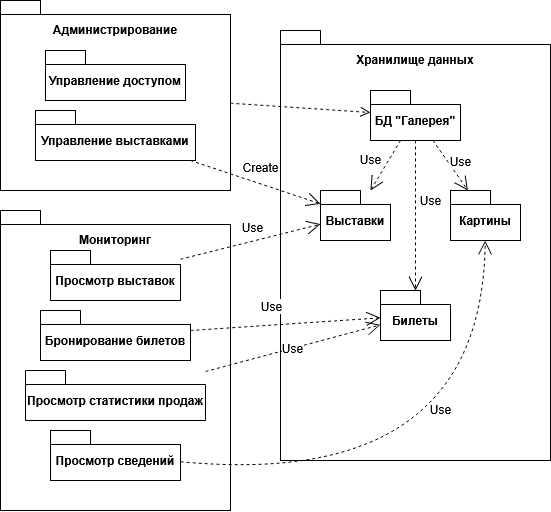
Before: docs/UML-диаграмма пакетов.png, a diagram exported from draw.io (Effecktus/Galery). Source tidied: cells renumbered, new cells last; positions are measured from the earlier drawing's top-left corner, leaving out a move shared by most shapes.
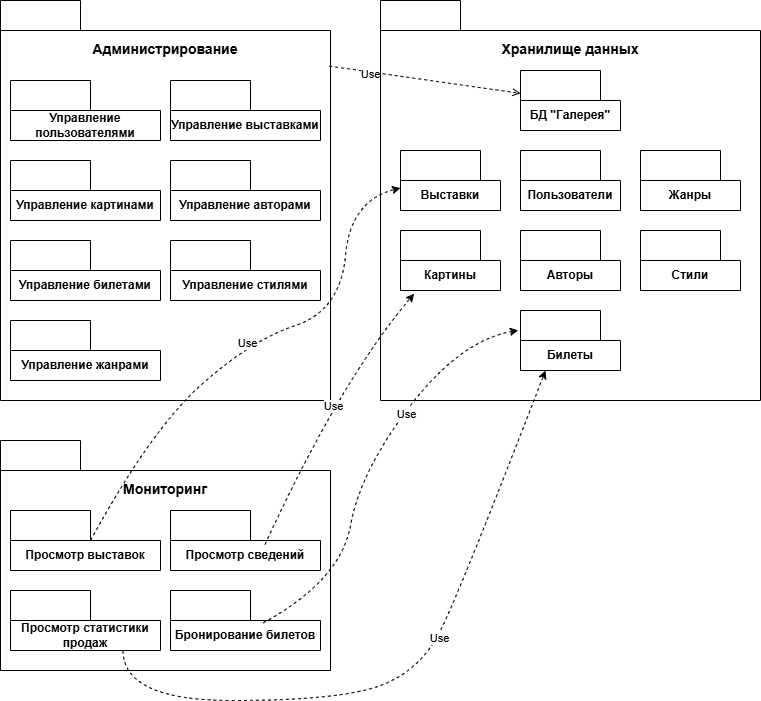
Later version of the same file.

What changed in the source:
```diff
@@ -2,77 +2,128 @@
   <root>
     <mxCell id="0" />
     <mxCell id="1" parent="0" />
-    <mxCell id="2" value="Хранилище данных" style="shape=folder;fontStyle=1;spacingTop=10;tabWidth=40;tabHeight=14;tabPosition=left;html=1;whiteSpace=wrap;verticalAlign=top;spacing=8;" parent="1" vertex="1">
-      <mxGeometry x="280" y="30" width="270" height="430" as="geometry" />
-    </mxCell>
-    <mxCell id="3" value="БД &quot;Галерея&quot;" style="shape=folder;fontStyle=1;spacingTop=10;tabWidth=40;tabHeight=14;tabPosition=left;html=1;whiteSpace=wrap;" parent="1" vertex="1">
-      <mxGeometry x="370" y="90" width="90" height="50" as="geometry" />
-    </mxCell>
-    <mxCell id="4" value="&lt;div&gt;Администрирование&lt;/div&gt;" style="shape=folder;fontStyle=1;spacingTop=10;tabWidth=40;tabHeight=14;tabPosition=left;html=1;whiteSpace=wrap;align=center;verticalAlign=top;spacing=8;" parent="1" vertex="1">
-      <mxGeometry width="230" height="190" as="geometry" />
+    <mxCell id="4" value="&lt;font style=&quot;font-size: 14px;&quot;&gt;Администрирование&lt;/font&gt;" style="shape=folder;fontStyle=1;tabWidth=80;tabHeight=30;tabPosition=left;html=1;boundedLbl=1;whiteSpace=wrap;verticalAlign=top;fontSize=13;spacing=6;" parent="1" vertex="1">
+      <mxGeometry y="20" width="330" height="400" as="geometry" />
     </mxCell>
-    <mxCell id="5" value="Управление доступом" style="shape=folder;fontStyle=1;spacingTop=10;tabWidth=40;tabHeight=14;tabPosition=left;html=1;whiteSpace=wrap;" parent="1" vertex="1">
-      <mxGeometry x="45" y="50" width="140" height="50" as="geometry" />
-    </mxCell>
+    <mxCell id="24" value="Управление пользователями" style="shape=folder;fontStyle=1;tabWidth=80;tabHeight=30;tabPosition=left;html=1;boundedLbl=1;whiteSpace=wrap;" parent="1" vertex="1">
+      <mxGeometry x="10" y="100" width="150" height="60" as="geometry" />
+    </mxCell>
-    <mxCell id="6" value="Управление выставками" style="shape=folder;fontStyle=1;spacingTop=10;tabWidth=40;tabHeight=14;tabPosition=left;html=1;whiteSpace=wrap;" parent="1" vertex="1">
-      <mxGeometry x="35" y="110" width="160" height="50" as="geometry" />
+    <mxCell id="6" value="Управление выставками" style="shape=folder;fontStyle=1;tabWidth=80;tabHeight=30;tabPosition=left;html=1;boundedLbl=1;whiteSpace=wrap;" parent="1" vertex="1">
+      <mxGeometry x="170" y="100" width="150" height="60" as="geometry" />
     </mxCell>
-    <mxCell id="7" value="Картины" style="shape=folder;fontStyle=1;spacingTop=10;tabWidth=40;tabHeight=14;tabPosition=left;html=1;whiteSpace=wrap;" parent="1" vertex="1">
-      <mxGeometry x="450" y="190" width="70" height="50" as="geometry" />
-    </mxCell>
-    <mxCell id="8" value="Выставки" style="shape=folder;fontStyle=1;spacingTop=10;tabWidth=40;tabHeight=14;tabPosition=left;html=1;whiteSpace=wrap;" parent="1" vertex="1">
-      <mxGeometry x="320" y="190" width="70" height="50" as="geometry" />
-    </mxCell>
-    <mxCell id="9" value="Use" style="endArrow=open;endSize=12;dashed=1;html=1;rounded=0;fontSize=12;curved=1;" parent="1" edge="1" source="3" target="7">
-      <mxGeometry x="0.05" y="11" relative="1" as="geometry" />
-    </mxCell>
-    <mxCell id="10" value="Use" style="endArrow=open;endSize=12;dashed=1;html=1;rounded=0;fontSize=12;curved=1;" parent="1" edge="1" source="3" target="8">
-      <mxGeometry x="0.12" y="-15" relative="1" as="geometry">
-        <mxPoint y="-1" as="offset" />
-      </mxGeometry>
-    </mxCell>
-    <mxCell id="11" style="html=1;verticalAlign=bottom;labelBackgroundColor=none;endArrow=open;endFill=0;dashed=1;rounded=0;fontSize=12;startSize=8;endSize=8;curved=1;" parent="1" edge="1" source="4" target="3">
-      <mxGeometry relative="1" as="geometry" />
-    </mxCell>
-    <mxCell id="12" value="Create" style="endArrow=open;endSize=12;dashed=1;html=1;rounded=0;fontSize=12;curved=1;" parent="1" edge="1" source="6" target="8">
-      <mxGeometry x="-0.01" y="15" relative="1" as="geometry" />
-    </mxCell>
-    <mxCell id="13" value="Билеты" style="shape=folder;fontStyle=1;spacingTop=10;tabWidth=40;tabHeight=14;tabPosition=left;html=1;whiteSpace=wrap;" parent="1" vertex="1">
-      <mxGeometry x="380" y="290" width="70" height="50" as="geometry" />
-    </mxCell>
-    <mxCell id="14" value="Use" style="endArrow=open;endSize=12;dashed=1;html=1;rounded=0;fontSize=12;curved=1;" parent="1" edge="1" source="3" target="13">
-      <mxGeometry x="-0.2" y="15" relative="1" as="geometry" />
-    </mxCell>
+    <mxCell id="25" value="Управление картинами" style="shape=folder;fontStyle=1;tabWidth=80;tabHeight=30;tabPosition=left;html=1;boundedLbl=1;whiteSpace=wrap;" parent="1" vertex="1">
+      <mxGeometry x="10" y="180" width="150" height="60" as="geometry" />
+    </mxCell>
+    <mxCell id="26" value="Управление авторами" style="shape=folder;fontStyle=1;tabWidth=80;tabHeight=30;tabPosition=left;html=1;boundedLbl=1;whiteSpace=wrap;" parent="1" vertex="1">
+      <mxGeometry x="170" y="180" width="150" height="60" as="geometry" />
+    </mxCell>
+    <mxCell id="27" value="Управление билетами" style="shape=folder;fontStyle=1;tabWidth=80;tabHeight=30;tabPosition=left;html=1;boundedLbl=1;whiteSpace=wrap;" parent="1" vertex="1">
+      <mxGeometry x="10" y="260" width="150" height="60" as="geometry" />
+    </mxCell>
+    <mxCell id="28" value="Управление стилями" style="shape=folder;fontStyle=1;tabWidth=80;tabHeight=30;tabPosition=left;html=1;boundedLbl=1;whiteSpace=wrap;" parent="1" vertex="1">
+      <mxGeometry x="170" y="260" width="150" height="60" as="geometry" />
+    </mxCell>
+    <mxCell id="29" value="Управление жанрами" style="shape=folder;fontStyle=1;tabWidth=80;tabHeight=30;tabPosition=left;html=1;boundedLbl=1;whiteSpace=wrap;" parent="1" vertex="1">
+      <mxGeometry x="10" y="340" width="150" height="60" as="geometry" />
+    </mxCell>
+    <mxCell id="30" style="edgeStyle=orthogonalEdgeStyle;rounded=0;orthogonalLoop=1;jettySize=auto;html=1;exitX=0.5;exitY=1;exitDx=0;exitDy=0;exitPerimeter=0;" parent="1" edge="1" source="4" target="4">
+      <mxGeometry relative="1" as="geometry" />
+    </mxCell>
-    <mxCell id="15" value="Мониторинг" style="shape=folder;fontStyle=1;spacingTop=10;tabWidth=40;tabHeight=14;tabPosition=left;html=1;whiteSpace=wrap;verticalAlign=top;spacing=8;" parent="1" vertex="1">
-      <mxGeometry y="210" width="230" height="300" as="geometry" />
+    <mxCell id="15" value="&lt;font style=&quot;font-size: 14px;&quot;&gt;Мониторинг&lt;/font&gt;" style="shape=folder;fontStyle=1;tabWidth=80;tabHeight=30;tabPosition=left;html=1;boundedLbl=1;whiteSpace=wrap;verticalAlign=top;spacing=6;" parent="1" vertex="1">
+      <mxGeometry y="460" width="330" height="230" as="geometry" />
     </mxCell>
-    <mxCell id="16" value="Просмотр выставок" style="shape=folder;fontStyle=1;spacingTop=10;tabWidth=40;tabHeight=14;tabPosition=left;html=1;whiteSpace=wrap;" parent="1" vertex="1">
-      <mxGeometry x="50" y="250" width="130" height="50" as="geometry" />
+    <mxCell id="16" value="Просмотр выставок" style="shape=folder;fontStyle=1;tabWidth=80;tabHeight=30;tabPosition=left;html=1;boundedLbl=1;whiteSpace=wrap;" parent="1" vertex="1">
+      <mxGeometry x="10" y="530" width="150" height="60" as="geometry" />
     </mxCell>
-    <mxCell id="17" value="Бронирование билетов" style="shape=folder;fontStyle=1;spacingTop=10;tabWidth=40;tabHeight=14;tabPosition=left;html=1;whiteSpace=wrap;" parent="1" vertex="1">
-      <mxGeometry x="40" y="310" width="150" height="50" as="geometry" />
+    <mxCell id="17" value="Бронирование билетов" style="shape=folder;fontStyle=1;tabWidth=80;tabHeight=30;tabPosition=left;html=1;boundedLbl=1;whiteSpace=wrap;" parent="1" vertex="1">
+      <mxGeometry x="170" y="610" width="150" height="60" as="geometry" />
     </mxCell>
+    <mxCell id="22" value="Просмотр статистики продаж" style="shape=folder;fontStyle=1;tabWidth=80;tabHeight=30;tabPosition=left;html=1;boundedLbl=1;whiteSpace=wrap;" parent="1" vertex="1">
+      <mxGeometry x="10" y="610" width="150" height="60" as="geometry" />
+    </mxCell>
+    <mxCell id="20" value="Просмотр сведений" style="shape=folder;fontStyle=1;tabWidth=80;tabHeight=30;tabPosition=left;html=1;boundedLbl=1;whiteSpace=wrap;" parent="1" vertex="1">
+      <mxGeometry x="170" y="530" width="150" height="60" as="geometry" />
+    </mxCell>
+    <mxCell id="2" value="Хранилище данных" style="shape=folder;fontStyle=1;tabWidth=80;tabHeight=30;tabPosition=left;html=1;boundedLbl=1;whiteSpace=wrap;verticalAlign=top;fontSize=14;spacing=6;" parent="1" vertex="1">
+      <mxGeometry x="380" y="20" width="380" height="400" as="geometry" />
+    </mxCell>
+    <mxCell id="3" value="БД &quot;Галерея&quot;" style="shape=folder;fontStyle=1;tabWidth=80;tabHeight=30;tabPosition=left;html=1;boundedLbl=1;whiteSpace=wrap;" parent="1" vertex="1">
+      <mxGeometry x="520" y="90" width="100" height="60" as="geometry" />
+    </mxCell>
+    <mxCell id="8" value="Выставки" style="shape=folder;fontStyle=1;tabWidth=80;tabHeight=30;tabPosition=left;html=1;boundedLbl=1;whiteSpace=wrap;" parent="1" vertex="1">
+      <mxGeometry x="400" y="170" width="100" height="60" as="geometry" />
+    </mxCell>
+    <mxCell id="7" value="Картины" style="shape=folder;fontStyle=1;tabWidth=80;tabHeight=30;tabPosition=left;html=1;boundedLbl=1;whiteSpace=wrap;" parent="1" vertex="1">
+      <mxGeometry x="400" y="250" width="100" height="60" as="geometry" />
+    </mxCell>
+    <mxCell id="13" value="Билеты" style="shape=folder;fontStyle=1;tabWidth=80;tabHeight=30;tabPosition=left;html=1;boundedLbl=1;whiteSpace=wrap;" parent="1" vertex="1">
+      <mxGeometry x="520" y="330" width="100" height="60" as="geometry" />
+    </mxCell>
+    <mxCell id="31" value="Пользователи" style="shape=folder;fontStyle=1;tabWidth=80;tabHeight=30;tabPosition=left;html=1;boundedLbl=1;whiteSpace=wrap;" parent="1" vertex="1">
+      <mxGeometry x="520" y="170" width="100" height="60" as="geometry" />
+    </mxCell>
+    <mxCell id="32" value="Авторы" style="shape=folder;fontStyle=1;tabWidth=80;tabHeight=30;tabPosition=left;html=1;boundedLbl=1;whiteSpace=wrap;" parent="1" vertex="1">
+      <mxGeometry x="520" y="250" width="100" height="60" as="geometry" />
+    </mxCell>
+    <mxCell id="33" value="Стили" style="shape=folder;fontStyle=1;tabWidth=80;tabHeight=30;tabPosition=left;html=1;boundedLbl=1;whiteSpace=wrap;" parent="1" vertex="1">
+      <mxGeometry x="640" y="250" width="100" height="60" as="geometry" />
+    </mxCell>
+    <mxCell id="34" value="Жанры" style="shape=folder;fontStyle=1;tabWidth=80;tabHeight=30;tabPosition=left;html=1;boundedLbl=1;whiteSpace=wrap;" parent="1" vertex="1">
+      <mxGeometry x="640" y="170" width="100" height="60" as="geometry" />
+    </mxCell>
+    <mxCell id="11" style="html=1;verticalAlign=bottom;labelBackgroundColor=none;endArrow=open;endFill=0;dashed=1;rounded=0;exitX=0.996;exitY=0.164;exitDx=0;exitDy=0;exitPerimeter=0;" parent="1" edge="1" source="4" target="3">
+      <mxGeometry relative="1" as="geometry" />
+    </mxCell>
+    <mxCell id="35" value="Use" style="edgeLabel;html=1;align=center;verticalAlign=middle;" parent="11" vertex="1">
+      <mxGeometry x="-0.57" y="-2" relative="1" as="geometry" />
+    </mxCell>
-    <mxCell id="18" value="Use" style="endArrow=open;endSize=12;dashed=1;html=1;rounded=0;fontSize=12;curved=1;" parent="1" edge="1" source="16" target="8">
-      <mxGeometry x="0.07" y="13" relative="1" as="geometry" />
+    <mxCell id="18" style="curved=1;endArrow=classic;html=1;rounded=0;entryX=0;entryY=0;entryDx=0;entryDy=37.5;entryPerimeter=0;shadow=0;dashed=1;exitX=0;exitY=0;exitDx=80;exitDy=30;exitPerimeter=0;" parent="1" edge="1" source="16" target="8">
+      <mxGeometry relative="1" as="geometry">
+        <Array as="points">
+          <mxPoint x="150" y="450" />
+          <mxPoint x="250" y="360" />
+          <mxPoint x="340" y="330" />
+          <mxPoint x="350" y="220" />
+        </Array>
+      </mxGeometry>
     </mxCell>
+    <mxCell id="36" value="Use" style="edgeLabel;html=1;align=center;verticalAlign=middle;" parent="18" vertex="1">
+      <mxGeometry x="-0.01" relative="1" as="geometry" />
+    </mxCell>
+    <mxCell id="21" style="curved=1;endArrow=classic;html=1;rounded=0;exitX=0.63;exitY=0.567;exitDx=0;exitDy=0;exitPerimeter=0;entryX=0.137;entryY=1.053;entryDx=0;entryDy=0;entryPerimeter=0;dashed=1;" parent="1" edge="1" source="20" target="7">
+      <mxGeometry relative="1" as="geometry">
+        <Array as="points">
+          <mxPoint x="340" y="400" />
+        </Array>
+      </mxGeometry>
+    </mxCell>
+    <mxCell id="37" value="Use" style="edgeLabel;html=1;align=center;verticalAlign=middle;" parent="21" vertex="1">
+      <mxGeometry x="0.05" y="-4" relative="1" as="geometry" />
+    </mxCell>
-    <mxCell id="19" value="Use" style="endArrow=open;endSize=12;dashed=1;html=1;rounded=0;fontSize=12;curved=1;" parent="1" edge="1" source="17" target="13">
-      <mxGeometry x="-0.13" y="19" relative="1" as="geometry" />
+    <mxCell id="19" style="curved=1;endArrow=classic;html=1;rounded=0;exitX=0.619;exitY=0.539;exitDx=0;exitDy=0;exitPerimeter=0;entryX=-0.022;entryY=0.331;entryDx=0;entryDy=0;entryPerimeter=0;dashed=1;" parent="1" edge="1" source="17" target="13">
+      <mxGeometry relative="1" as="geometry">
+        <Array as="points">
+          <mxPoint x="340" y="600" />
+          <mxPoint x="360" y="490" />
+          <mxPoint x="460" y="360" />
+        </Array>
+      </mxGeometry>
     </mxCell>
-    <mxCell id="20" value="Просмотр сведений" style="shape=folder;fontStyle=1;spacingTop=10;tabWidth=40;tabHeight=14;tabPosition=left;html=1;whiteSpace=wrap;" parent="1" vertex="1">
-      <mxGeometry x="50" y="430" width="130" height="50" as="geometry" />
-    </mxCell>
-    <mxCell id="21" value="Use" style="endArrow=open;endSize=12;dashed=1;html=1;rounded=0;fontSize=12;curved=1;" parent="1" edge="1" source="20" target="7">
-      <mxGeometry x="0.39" y="43" relative="1" as="geometry">
-        <Array as="points">
-          <mxPoint x="482" y="490" />
-        </Array>
-      </mxGeometry>
-    </mxCell>
-    <mxCell id="22" value="Просмотр статистики продаж" style="shape=folder;fontStyle=1;spacingTop=10;tabWidth=40;tabHeight=14;tabPosition=left;html=1;whiteSpace=wrap;" parent="1" vertex="1">
-      <mxGeometry x="25" y="370" width="180" height="50" as="geometry" />
-    </mxCell>
+    <mxCell id="38" value="Use" style="edgeLabel;html=1;align=center;verticalAlign=middle;" parent="19" vertex="1">
+      <mxGeometry x="0.29" y="-2" relative="1" as="geometry" />
+    </mxCell>
-    <mxCell id="23" value="Use" style="endArrow=open;endSize=12;dashed=1;html=1;rounded=0;fontSize=12;curved=1;" parent="1" edge="1" source="22" target="13">
-      <mxGeometry relative="1" as="geometry" />
+    <mxCell id="23" style="curved=1;endArrow=classic;html=1;rounded=0;exitX=0.75;exitY=1;exitDx=0;exitDy=0;exitPerimeter=0;entryX=0.25;entryY=1;entryDx=0;entryDy=0;entryPerimeter=0;dashed=1;" parent="1" edge="1" source="22" target="13">
+      <mxGeometry relative="1" as="geometry">
+        <Array as="points">
+          <mxPoint x="123" y="720" />
+          <mxPoint x="340" y="720" />
+          <mxPoint x="420" y="690" />
+          <mxPoint x="460" y="610" />
+        </Array>
+      </mxGeometry>
     </mxCell>
+    <mxCell id="39" value="Use" style="edgeLabel;html=1;align=center;verticalAlign=middle;" parent="23" vertex="1">
+      <mxGeometry x="0.15" y="-2" relative="1" as="geometry" />
+    </mxCell>
   </root>
 </mxGraphModel>
```
